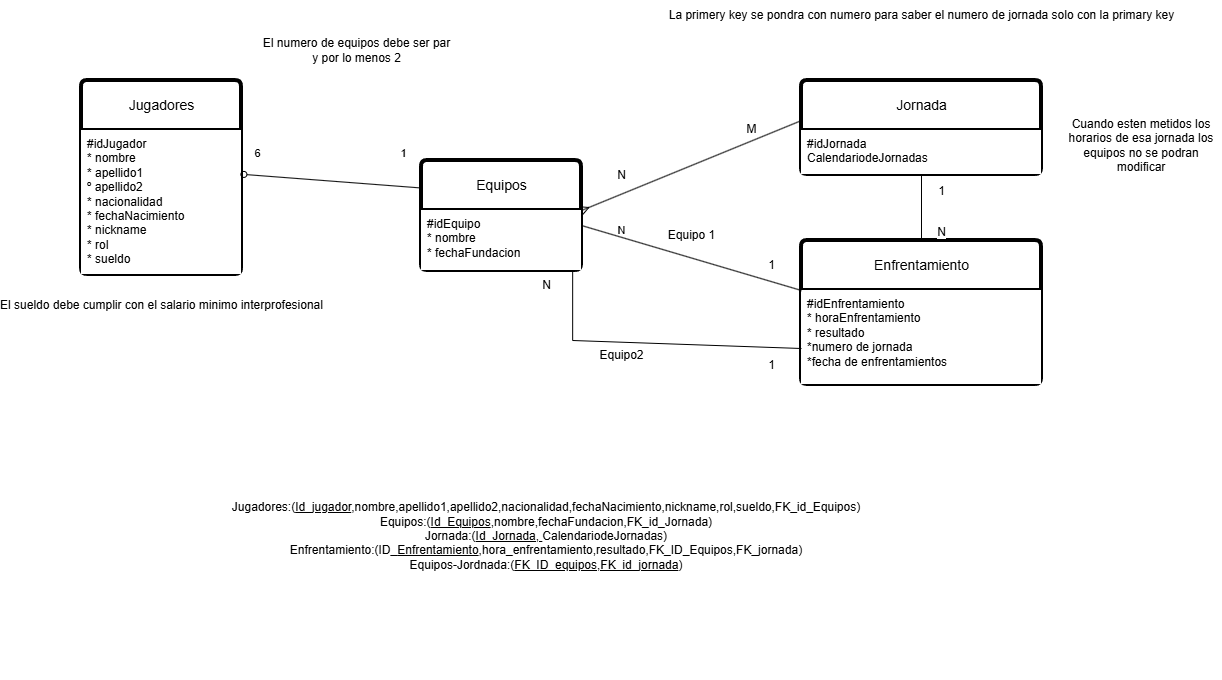
Above: BasesDeDatos/MER_Reto1.png in ibongarcia51292/consultoria_E-Sports_Equipo01 (draw.io), before the change. Source tidied: cells renumbered, new cells last; positions are measured from the earlier drawing's top-left corner, leaving out a move shared by most shapes.
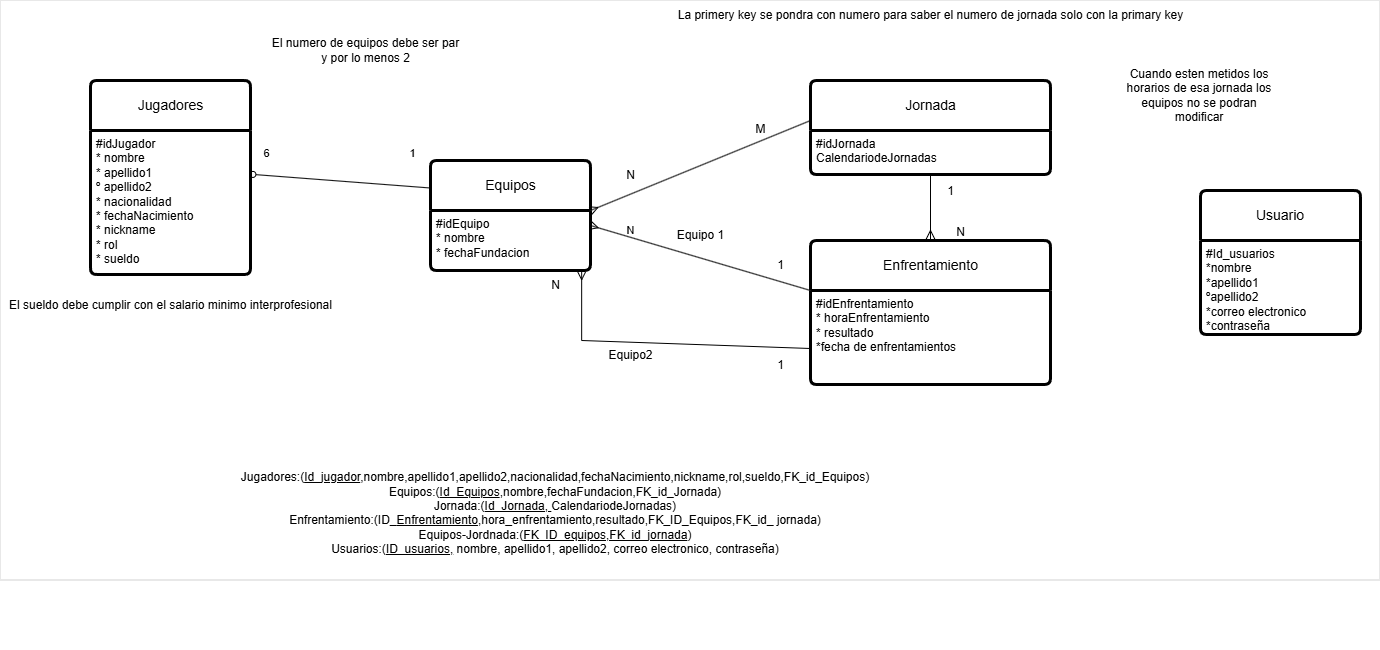
Later version of the same file.

Commit message:
ultimos añadidos

he añadido la entidad de un usuario aislado ya que no modifica las demás base de datos pero podrá ver los equipos las jornadas y enfrentamientos, y he añadido un cuadrado en el diseño de la base de datos para mejorar su visión.

Change to the diagram source:
```diff
@@ -2,22 +2,28 @@
   <root>
     <mxCell id="0" />
     <mxCell id="1" parent="0" />
+    <mxCell id="32" style="edgeStyle=none;curved=1;rounded=0;curveGeometry=1;jettySize=auto;html=1;fontSize=12;defaultLabelBackgroundColor=page;startSize=8;endSize=8;" parent="1" edge="1" source="35" target="34">
+      <mxGeometry relative="1" as="geometry" />
+    </mxCell>
+    <mxCell id="33" style="rounded=0;whiteSpace=wrap;html=1;strokeWidth=0;" parent="1" vertex="1">
+      <mxGeometry x="-62" width="1380" height="580" as="geometry" />
+    </mxCell>
-    <mxCell id="2" value="Jugadores" style="swimlane;horizontal=1;startSize=50;rounded=1;fontSize=14;fontStyle=0;strokeWidth=4;shadow=0;dashed=0;align=center;arcSize=4;html=1;flipH=1;legacyAnchorPoints=0;fillColor=#FFFFFF;labelBorderColor=none;" parent="1" vertex="1">
+    <mxCell id="2" value="Jugadores" style="swimlane;horizontal=1;startSize=50;rounded=1;fontSize=14;fontStyle=0;strokeWidth=3;shadow=0;dashed=0;align=center;arcSize=4;html=1;flipH=1;legacyAnchorPoints=0;fillColor=#FFFFFF;labelBorderColor=none;" parent="1" vertex="1">
       <mxGeometry x="28" y="80" width="160" height="194" as="geometry" />
     </mxCell>
-    <mxCell id="3" value="&lt;span style=&quot;background-color: light-dark(#ffffff, var(--ge-dark-color, #121212));&quot;&gt;#idJugador&lt;/span&gt;&lt;div&gt;&lt;span style=&quot;background-color: light-dark(#ffffff, var(--ge-dark-color, #121212));&quot;&gt;* nombre&lt;/span&gt;&lt;/div&gt;&lt;div&gt;&lt;span style=&quot;background-color: light-dark(#ffffff, var(--ge-dark-color, #121212));&quot;&gt;* apellido1&lt;/span&gt;&lt;/div&gt;&lt;div&gt;&lt;span style=&quot;background-color: light-dark(#ffffff, var(--ge-dark-color, #121212));&quot;&gt;º apellido2&lt;/span&gt;&lt;/div&gt;&lt;div&gt;&lt;span style=&quot;background-color: light-dark(#ffffff, var(--ge-dark-color, #121212));&quot;&gt;* nacionalidad&lt;/span&gt;&lt;/div&gt;&lt;div&gt;&lt;span style=&quot;background-color: light-dark(#ffffff, var(--ge-dark-color, #121212));&quot;&gt;* fechaNacimiento&lt;/span&gt;&lt;/div&gt;&lt;div&gt;&lt;span style=&quot;background-color: light-dark(#ffffff, var(--ge-dark-color, #121212));&quot;&gt;* nickname&lt;/span&gt;&lt;/div&gt;&lt;div&gt;&lt;span style=&quot;background-color: light-dark(#ffffff, var(--ge-dark-color, #121212));&quot;&gt;* rol&lt;br&gt;* sueldo&lt;/span&gt;&lt;/div&gt;" style="align=left;strokeColor=none;fillColor=#FFFFFF;spacingLeft=4;spacingRight=4;fontSize=12;verticalAlign=top;html=1;labelBorderColor=none;strokeWidth=0;" parent="2" vertex="1">
+    <mxCell id="3" value="&lt;span style=&quot;background-color: light-dark(#ffffff, var(--ge-dark-color, #121212));&quot;&gt;#idJugador&lt;/span&gt;&lt;div&gt;&lt;span style=&quot;background-color: light-dark(#ffffff, var(--ge-dark-color, #121212));&quot;&gt;* nombre&lt;/span&gt;&lt;/div&gt;&lt;div&gt;&lt;span style=&quot;background-color: light-dark(#ffffff, var(--ge-dark-color, #121212));&quot;&gt;* apellido1&lt;/span&gt;&lt;/div&gt;&lt;div&gt;&lt;span style=&quot;background-color: light-dark(#ffffff, var(--ge-dark-color, #121212));&quot;&gt;º apellido2&lt;/span&gt;&lt;/div&gt;&lt;div&gt;&lt;span style=&quot;background-color: light-dark(#ffffff, var(--ge-dark-color, #121212));&quot;&gt;* nacionalidad&lt;/span&gt;&lt;/div&gt;&lt;div&gt;&lt;span style=&quot;background-color: light-dark(#ffffff, var(--ge-dark-color, #121212));&quot;&gt;* fechaNacimiento&lt;/span&gt;&lt;/div&gt;&lt;div&gt;&lt;span style=&quot;background-color: light-dark(#ffffff, var(--ge-dark-color, #121212));&quot;&gt;* nickname&lt;/span&gt;&lt;/div&gt;&lt;div&gt;&lt;span style=&quot;background-color: light-dark(#ffffff, var(--ge-dark-color, #121212));&quot;&gt;* rol&lt;br&gt;* sueldo&lt;/span&gt;&lt;/div&gt;" style="align=left;strokeColor=none;fillColor=none;spacingLeft=4;spacingRight=4;fontSize=12;verticalAlign=top;html=1;labelBorderColor=none;strokeWidth=0;" parent="2" vertex="1">
       <mxGeometry y="50" width="160" height="144" as="geometry" />
     </mxCell>
-    <mxCell id="4" value="&lt;span style=&quot;background-color: light-dark(#ffffff, var(--ge-dark-color, #121212));&quot;&gt;Equipos&lt;/span&gt;" style="swimlane;horizontal=1;startSize=50;rounded=1;fontSize=14;fontStyle=0;strokeWidth=4;shadow=0;dashed=0;align=center;arcSize=4;html=1;labelBorderColor=none;fillColor=#FFFFFF;" parent="1" vertex="1">
+    <mxCell id="4" value="&lt;span style=&quot;background-color: light-dark(#ffffff, var(--ge-dark-color, #121212));&quot;&gt;Equipos&lt;/span&gt;" style="swimlane;horizontal=1;startSize=50;rounded=1;fontSize=14;fontStyle=0;strokeWidth=3;shadow=0;dashed=0;align=center;arcSize=4;html=1;labelBorderColor=none;fillColor=none;" parent="1" vertex="1">
       <mxGeometry x="368" y="160" width="160" height="110" as="geometry" />
     </mxCell>
-    <mxCell id="5" value="&lt;span style=&quot;background-color: light-dark(#ffffff, var(--ge-dark-color, #121212));&quot;&gt;#idEquipo&lt;/span&gt;&lt;div&gt;&lt;span style=&quot;background-color: light-dark(#ffffff, var(--ge-dark-color, #121212));&quot;&gt;* nombre&lt;/span&gt;&lt;/div&gt;&lt;div&gt;&lt;span style=&quot;background-color: light-dark(#ffffff, var(--ge-dark-color, #121212));&quot;&gt;* fechaFundacion&lt;/span&gt;&lt;/div&gt;" style="align=left;strokeColor=none;fillColor=#FFFFFF;spacingLeft=4;spacingRight=4;fontSize=12;verticalAlign=top;html=1;labelBorderColor=none;" parent="4" vertex="1">
+    <mxCell id="5" value="&lt;span style=&quot;background-color: light-dark(#ffffff, var(--ge-dark-color, #121212));&quot;&gt;#idEquipo&lt;/span&gt;&lt;div&gt;&lt;span style=&quot;background-color: light-dark(#ffffff, var(--ge-dark-color, #121212));&quot;&gt;* nombre&lt;/span&gt;&lt;/div&gt;&lt;div&gt;&lt;span style=&quot;background-color: light-dark(#ffffff, var(--ge-dark-color, #121212));&quot;&gt;* fechaFundacion&lt;/span&gt;&lt;/div&gt;" style="align=left;strokeColor=none;fillColor=none;spacingLeft=4;spacingRight=4;fontSize=12;verticalAlign=top;html=1;labelBorderColor=none;" parent="4" vertex="1">
       <mxGeometry y="50" width="160" height="60" as="geometry" />
     </mxCell>
-    <mxCell id="6" value="&lt;span style=&quot;background-color: light-dark(#ffffff, var(--ge-dark-color, #121212));&quot;&gt;Jornada&lt;/span&gt;" style="swimlane;horizontal=1;startSize=50;rounded=1;fontSize=14;fontStyle=0;strokeWidth=4;shadow=0;dashed=0;align=center;arcSize=4;html=1;labelBorderColor=none;fillColor=#FFFFFF;" parent="1" vertex="1">
+    <mxCell id="6" value="&lt;span style=&quot;background-color: light-dark(#ffffff, var(--ge-dark-color, #121212));&quot;&gt;Jornada&lt;/span&gt;" style="swimlane;horizontal=1;startSize=50;rounded=1;fontSize=14;fontStyle=0;strokeWidth=3;shadow=0;dashed=0;align=center;arcSize=4;html=1;labelBorderColor=none;fillColor=none;" parent="1" vertex="1">
       <mxGeometry x="748" y="80" width="240" height="94" as="geometry" />
     </mxCell>
-    <mxCell id="7" value="&lt;span style=&quot;background-color: light-dark(#ffffff, var(--ge-dark-color, #121212));&quot;&gt;#idJornada&lt;/span&gt;&lt;div&gt;&lt;span style=&quot;background-color: light-dark(#ffffff, var(--ge-dark-color, #121212));&quot;&gt;CalendariodeJornadas&lt;/span&gt;&lt;/div&gt;" style="align=left;strokeColor=none;fillColor=#FFFFFF;spacingLeft=4;spacingRight=4;fontSize=12;verticalAlign=top;html=1;labelBorderColor=none;" parent="6" vertex="1">
+    <mxCell id="7" value="&lt;span style=&quot;background-color: light-dark(#ffffff, var(--ge-dark-color, #121212));&quot;&gt;#idJornada&lt;/span&gt;&lt;div&gt;&lt;span style=&quot;background-color: light-dark(#ffffff, var(--ge-dark-color, #121212));&quot;&gt;CalendariodeJornadas&lt;/span&gt;&lt;/div&gt;" style="align=left;strokeColor=none;fillColor=none;spacingLeft=4;spacingRight=4;fontSize=12;verticalAlign=top;html=1;labelBorderColor=none;strokeWidth=3;" parent="6" vertex="1">
       <mxGeometry y="50" width="240" height="44" as="geometry" />
     </mxCell>
     <mxCell id="8" style="endArrow=none;html=1;rounded=0;defaultLabelBackgroundColor=page;entryX=0;entryY=0.25;entryDx=0;entryDy=0;startArrow=oval;startFill=0;exitX=1.015;exitY=0.305;exitDx=0;exitDy=0;exitPerimeter=0;labelBorderColor=none;" parent="1" edge="1" source="3" target="4">
@@ -47,22 +53,22 @@
     <mxCell id="14" value="&lt;span style=&quot;background-color: light-dark(#ffffff, var(--ge-dark-color, #121212));&quot;&gt;1&lt;/span&gt;" style="text;html=1;strokeColor=none;fillColor=none;align=center;verticalAlign=middle;rounded=0;labelBorderColor=none;" parent="1" vertex="1">
       <mxGeometry x="688" y="250" width="60" height="30" as="geometry" />
     </mxCell>
-    <mxCell id="15" value="&lt;span style=&quot;background-color: light-dark(#ffffff, var(--ge-dark-color, #121212));&quot;&gt;Jugadores:(&lt;u&gt;Id_jugador&lt;/u&gt;,nombre,apellido1,apellido2,nacionalidad,fechaNacimiento,nickname,rol,sueldo,FK_id_Equipos)&lt;/span&gt;&lt;div&gt;&lt;span style=&quot;background-color: light-dark(#ffffff, var(--ge-dark-color, #121212));&quot;&gt;Equipos:(&lt;u&gt;Id_Equipos&lt;/u&gt;,nombre,fechaFundacion,FK_id_Jornada)&lt;/span&gt;&lt;/div&gt;&lt;div&gt;&lt;span style=&quot;background-color: light-dark(#ffffff, var(--ge-dark-color, #121212));&quot;&gt;Jornada:(&lt;u&gt;Id_Jornada,&amp;nbsp;&lt;/u&gt;CalendariodeJornadas&lt;span style=&quot;color: light-dark(#000000, var(--ge-light-color, #ffffff));&quot;&gt;)&lt;/span&gt;&lt;/span&gt;&lt;/div&gt;&lt;div&gt;&lt;span style=&quot;background-color: light-dark(#ffffff, var(--ge-dark-color, #121212));&quot;&gt;Enfrentamiento:(ID_&lt;u&gt;Enfrentamiento&lt;/u&gt;,hora_enfrentamiento,resultado,FK_ID_Equipos,FK_jornada)&lt;/span&gt;&lt;/div&gt;&lt;div&gt;&lt;span style=&quot;background-color: light-dark(#ffffff, var(--ge-dark-color, #121212));&quot;&gt;Equipos-Jordnada:(&lt;u&gt;FK_ID_equipos,FK_id_jornada&lt;/u&gt;)&lt;/span&gt;&lt;/div&gt;&lt;div&gt;&lt;span style=&quot;background-color: light-dark(#ffffff, var(--ge-dark-color, #121212));&quot;&gt;&lt;br&gt;&lt;/span&gt;&lt;/div&gt;&lt;div&gt;&lt;span style=&quot;background-color: transparent; color: light-dark(#000000, var(--ge-light-color, #ffffff));&quot;&gt;&lt;br&gt;&lt;/span&gt;&lt;/div&gt;" style="text;html=1;whiteSpace=wrap;strokeColor=none;fillColor=none;align=center;verticalAlign=middle;rounded=0;" parent="1" vertex="1">
-      <mxGeometry x="108" y="420" width="770" height="260" as="geometry" />
+    <mxCell id="15" value="&lt;span style=&quot;background-color: light-dark(#ffffff, var(--ge-dark-color, #121212));&quot;&gt;Jugadores:(&lt;u&gt;Id_jugador&lt;/u&gt;,nombre,apellido1,apellido2,nacionalidad,fechaNacimiento,nickname,rol,sueldo,FK_id_Equipos)&lt;/span&gt;&lt;div&gt;&lt;span style=&quot;background-color: light-dark(#ffffff, var(--ge-dark-color, #121212));&quot;&gt;Equipos:(&lt;u&gt;Id_Equipos&lt;/u&gt;,nombre,fechaFundacion,FK_id_Jornada)&lt;/span&gt;&lt;/div&gt;&lt;div&gt;&lt;span style=&quot;background-color: light-dark(#ffffff, var(--ge-dark-color, #121212));&quot;&gt;Jornada:(&lt;u&gt;Id_Jornada,&amp;nbsp;&lt;/u&gt;CalendariodeJornadas&lt;span style=&quot;color: light-dark(#000000, var(--ge-light-color, #ffffff));&quot;&gt;)&lt;/span&gt;&lt;/span&gt;&lt;/div&gt;&lt;div&gt;&lt;span style=&quot;background-color: light-dark(#ffffff, var(--ge-dark-color, #121212));&quot;&gt;Enfrentamiento:(ID_&lt;u&gt;Enfrentamiento&lt;/u&gt;,hora_enfrentamiento,resultado,FK_ID_Equipos,FK_id_ jornada)&lt;/span&gt;&lt;/div&gt;&lt;div&gt;&lt;span style=&quot;background-color: light-dark(#ffffff, var(--ge-dark-color, #121212));&quot;&gt;Equipos-Jordnada:(&lt;u&gt;FK_ID_equipos,FK_id_jornada&lt;/u&gt;)&lt;/span&gt;&lt;/div&gt;&lt;div&gt;&lt;span style=&quot;background-color: light-dark(#ffffff, var(--ge-dark-color, #121212));&quot;&gt;Usuarios:(&lt;u&gt;ID_usuarios,&lt;/u&gt;&amp;nbsp;nombre, apellido1, apellido2, correo electronico, contraseña)&lt;/span&gt;&lt;/div&gt;&lt;div&gt;&lt;span style=&quot;background-color: transparent; color: light-dark(#000000, var(--ge-light-color, #ffffff));&quot;&gt;&lt;br&gt;&lt;/span&gt;&lt;/div&gt;" style="text;html=1;whiteSpace=wrap;strokeColor=none;fillColor=none;align=center;verticalAlign=middle;rounded=0;" parent="1" vertex="1">
+      <mxGeometry x="108" y="390" width="770" height="260" as="geometry" />
     </mxCell>
-    <mxCell id="16" value="&lt;span style=&quot;background-color: light-dark(#ffffff, var(--ge-dark-color, #121212));&quot;&gt;Enfrentamiento&lt;/span&gt;" style="swimlane;horizontal=1;startSize=50;rounded=1;fontSize=14;fontStyle=0;strokeWidth=4;shadow=0;dashed=0;align=center;arcSize=4;html=1;labelBorderColor=none;fillColor=#FFFFFF;" parent="1" vertex="1">
+    <mxCell id="16" value="&lt;span style=&quot;background-color: light-dark(#ffffff, var(--ge-dark-color, #121212));&quot;&gt;Enfrentamiento&lt;/span&gt;" style="swimlane;horizontal=1;startSize=50;rounded=1;fontSize=14;fontStyle=0;strokeWidth=3;shadow=0;dashed=0;align=center;arcSize=4;html=1;labelBorderColor=none;fillColor=#FFFFFF;" parent="1" vertex="1">
       <mxGeometry x="748" y="240" width="240" height="144" as="geometry" />
     </mxCell>
-    <mxCell id="17" value="&lt;span style=&quot;background-color: light-dark(#ffffff, var(--ge-dark-color, #121212));&quot;&gt;#idEnfrentamiento&lt;/span&gt;&lt;div&gt;&lt;span style=&quot;background-color: light-dark(#ffffff, var(--ge-dark-color, #121212));&quot;&gt;* horaEnfrentamiento&lt;/span&gt;&lt;/div&gt;&lt;div&gt;&lt;span style=&quot;background-color: light-dark(#ffffff, var(--ge-dark-color, #121212));&quot;&gt;* resultado&lt;/span&gt;&lt;/div&gt;&lt;div&gt;&lt;span style=&quot;background-color: light-dark(#ffffff, var(--ge-dark-color, #121212));&quot;&gt;*numero de jornada&lt;/span&gt;&lt;/div&gt;&lt;div&gt;&lt;span style=&quot;background-color: light-dark(#ffffff, var(--ge-dark-color, #121212));&quot;&gt;*fecha de enfrentamientos&lt;/span&gt;&lt;/div&gt;" style="align=left;strokeColor=none;fillColor=#FFFFFF;spacingLeft=4;spacingRight=4;fontSize=12;verticalAlign=top;html=1;labelBorderColor=none;" parent="16" vertex="1">
+    <mxCell id="17" value="&lt;span style=&quot;background-color: light-dark(#ffffff, var(--ge-dark-color, #121212));&quot;&gt;#idEnfrentamiento&lt;/span&gt;&lt;div&gt;&lt;span style=&quot;background-color: light-dark(#ffffff, var(--ge-dark-color, #121212));&quot;&gt;* horaEnfrentamiento&lt;/span&gt;&lt;/div&gt;&lt;div&gt;&lt;span style=&quot;background-color: light-dark(#ffffff, var(--ge-dark-color, #121212));&quot;&gt;* resultado&lt;/span&gt;&lt;/div&gt;&lt;div&gt;&lt;span style=&quot;background-color: light-dark(#ffffff, var(--ge-dark-color, #121212)); color: light-dark(#000000, var(--ge-light-color, #ffffff));&quot;&gt;*fecha de enfrentamientos&lt;/span&gt;&lt;/div&gt;" style="align=left;strokeColor=none;fillColor=none;spacingLeft=4;spacingRight=4;fontSize=12;verticalAlign=top;html=1;labelBorderColor=none;strokeWidth=3;" parent="16" vertex="1">
       <mxGeometry y="50" width="240" height="94" as="geometry" />
     </mxCell>
     <mxCell id="18" value="&lt;span style=&quot;background-color: light-dark(#ffffff, var(--ge-dark-color, #121212));&quot;&gt;M&lt;/span&gt;" style="text;html=1;strokeColor=none;fillColor=none;align=center;verticalAlign=middle;rounded=0;labelBorderColor=none;" parent="1" vertex="1">
       <mxGeometry x="668" y="114" width="60" height="30" as="geometry" />
     </mxCell>
-    <mxCell id="19" style="endArrow=none;html=1;rounded=0;defaultLabelBackgroundColor=page;exitX=1;exitY=0.25;exitDx=0;exitDy=0;entryX=0;entryY=0;entryDx=0;entryDy=0;labelBorderColor=none;" parent="1" edge="1" source="5" target="17">
+    <mxCell id="19" style="endArrow=none;html=1;rounded=0;defaultLabelBackgroundColor=page;exitX=1;exitY=0.25;exitDx=0;exitDy=0;entryX=0;entryY=0;entryDx=0;entryDy=0;labelBorderColor=none;startArrow=ERmany;startFill=0;" parent="1" edge="1" source="5" target="17">
       <mxGeometry relative="1" as="geometry" />
     </mxCell>
-    <mxCell id="20" style="endArrow=none;html=1;rounded=0;defaultLabelBackgroundColor=page;exitX=0.936;exitY=0.041;exitDx=0;exitDy=0;exitPerimeter=0;entryX=0;entryY=0.75;entryDx=0;entryDy=0;labelBorderColor=none;" parent="1" edge="1" source="21" target="16">
+    <mxCell id="20" style="endArrow=none;html=1;rounded=0;defaultLabelBackgroundColor=page;exitX=0.936;exitY=0.041;exitDx=0;exitDy=0;exitPerimeter=0;entryX=0;entryY=0.75;entryDx=0;entryDy=0;labelBorderColor=none;startArrow=ERmany;startFill=0;" parent="1" edge="1" source="21" target="16">
       <mxGeometry relative="1" as="geometry">
         <Array as="points">
           <mxPoint x="519.2" y="340" />
@@ -91,16 +97,22 @@
       <mxGeometry x="760.5" width="215" height="30" as="geometry" />
     </mxCell>
     <mxCell id="28" value="&lt;span style=&quot;background-color: light-dark(#ffffff, var(--ge-dark-color, #121212));&quot;&gt;Cuando esten metidos los horarios de esa jornada los equipos no se podran modificar&lt;/span&gt;" style="text;html=1;whiteSpace=wrap;strokeColor=none;fillColor=none;align=center;verticalAlign=middle;rounded=0;labelBorderColor=none;" parent="1" vertex="1">
-      <mxGeometry x="1008" y="130" width="160" height="30" as="geometry" />
+      <mxGeometry x="1057" y="80" width="160" height="30" as="geometry" />
     </mxCell>
-    <mxCell id="29" style="endArrow=none;html=1;rounded=0;fontSize=12;defaultLabelBackgroundColor=page;startSize=8;endSize=8;curved=1;exitX=0.5;exitY=1;exitDx=0;exitDy=0;labelBorderColor=none;" parent="1" edge="1" source="7" target="16">
+    <mxCell id="29" style="endArrow=ERmany;html=1;rounded=0;fontSize=12;defaultLabelBackgroundColor=page;startSize=8;endSize=8;curved=1;exitX=0.5;exitY=1;exitDx=0;exitDy=0;labelBorderColor=none;endFill=0;" parent="1" edge="1" source="7" target="16">
       <mxGeometry relative="1" as="geometry" />
     </mxCell>
     <mxCell id="30" value="&lt;font style=&quot;font-size: 12px; background-color: light-dark(#ffffff, var(--ge-dark-color, #121212));&quot;&gt;N&lt;/font&gt;" style="text;html=1;strokeColor=none;fillColor=none;align=center;verticalAlign=middle;rounded=0;fontSize=16;labelBorderColor=none;" parent="1" vertex="1">
-      <mxGeometry x="868" y="220" width="40" height="20" as="geometry" />
+      <mxGeometry x="878" y="220" width="40" height="20" as="geometry" />
     </mxCell>
     <mxCell id="31" value="&lt;font style=&quot;background-color: light-dark(#ffffff, var(--ge-dark-color, #121212)); font-size: 12px;&quot;&gt;1&lt;/font&gt;" style="text;html=1;strokeColor=none;fillColor=none;align=center;verticalAlign=middle;rounded=0;fontSize=16;labelBorderColor=none;" parent="1" vertex="1">
       <mxGeometry x="858" y="174" width="60" height="30" as="geometry" />
     </mxCell>
+    <mxCell id="34" value="Usuario" style="swimlane;horizontal=1;startSize=50;rounded=1;fontSize=14;fontStyle=0;strokeWidth=3;shadow=0;dashed=0;align=center;arcSize=4;whiteSpace=wrap;html=1;" parent="1" vertex="1">
+      <mxGeometry x="1138" y="190" width="160" height="144" as="geometry" />
+    </mxCell>
+    <mxCell id="35" value="#Id_usuarios&lt;div&gt;*nombre&lt;br&gt;*apellido1&lt;/div&gt;&lt;div&gt;º&lt;span style=&quot;background-color: transparent; color: light-dark(#000000, var(--ge-light-color, #ffffff));&quot;&gt;apellido2&lt;/span&gt;&lt;/div&gt;&lt;div&gt;&lt;span style=&quot;background-color: transparent; color: light-dark(#000000, var(--ge-light-color, #ffffff));&quot;&gt;*correo electronico&lt;/span&gt;&lt;/div&gt;&lt;div&gt;*contraseña&lt;/div&gt;" style="align=left;strokeColor=none;fillColor=none;spacingLeft=4;spacingRight=4;fontSize=12;verticalAlign=top;html=1;whiteSpace=wrap;" parent="34" vertex="1">
+      <mxGeometry y="50" width="160" height="94" as="geometry" />
+    </mxCell>
   </root>
 </mxGraphModel>
```
